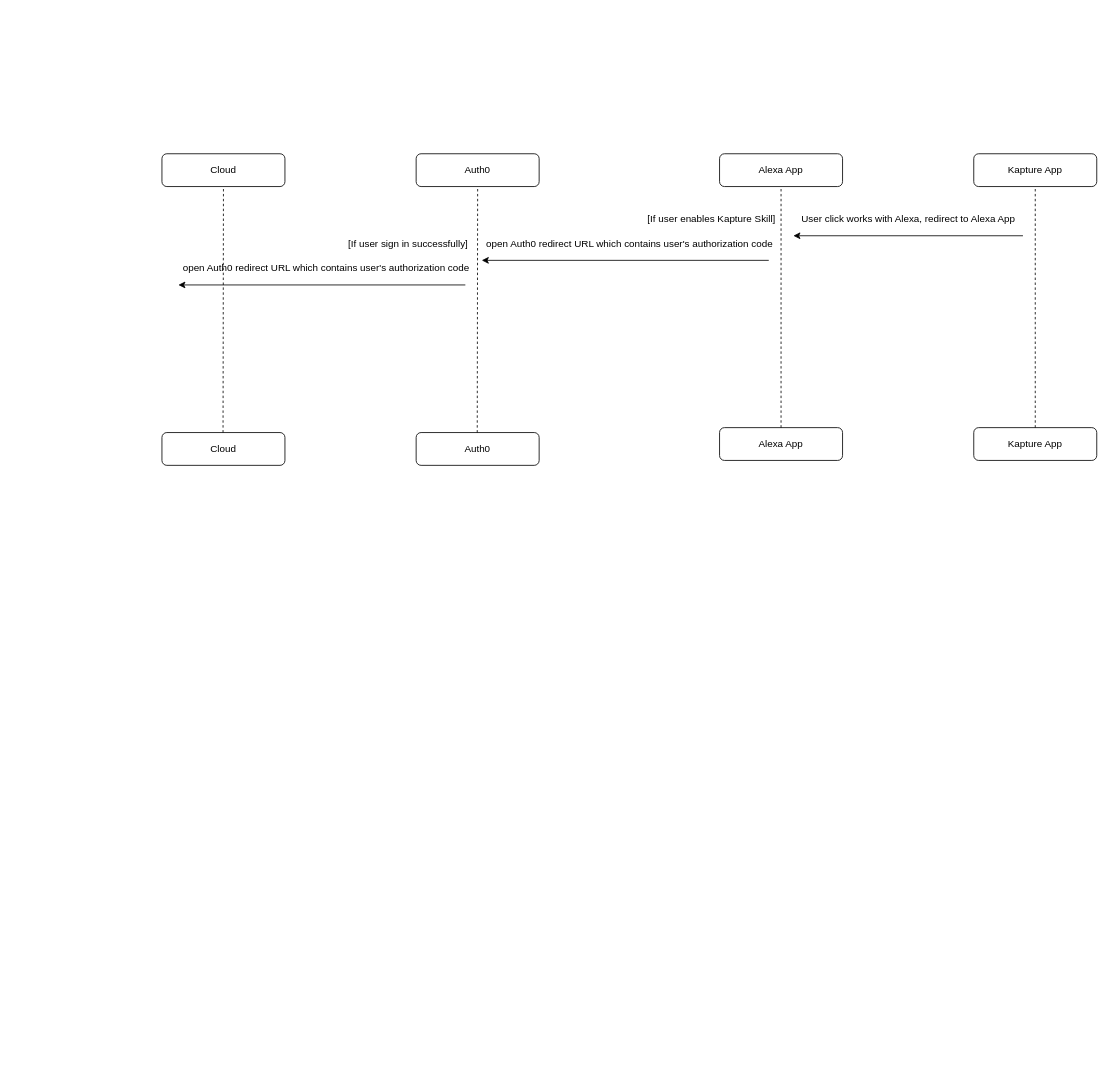
The draw.io diagram Untitled Diagram.drawio in kevin3747118/ALZK, before the edit. Source tidied: cells renumbered, new cells numbered last; positions are measured from the earlier drawing's top-left corner, leaving out a move shared by most shapes. Both pictures are drawn from the tidied source at 82%, with x=0, y=0 at pixel (162, 153).
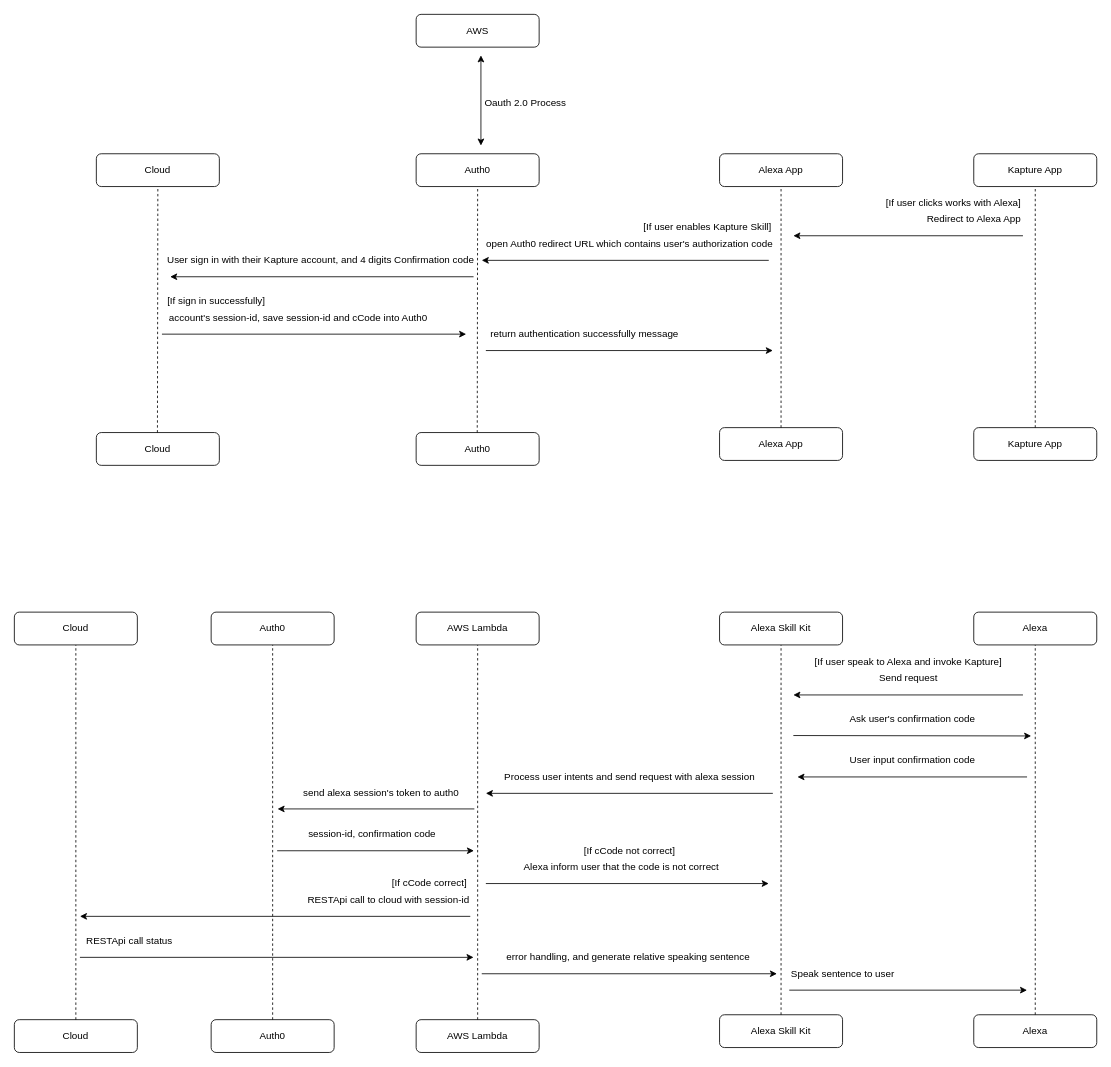
Above is the later version.

The edit, as a diff of the source:
```diff
@@
-    <mxCell id="14" value="User click works with Alexa, redirect to Alexa App" style="text;html=1;align=center;verticalAlign=middle;" parent="1" vertex="1">
-      <mxGeometry x="770" y="70" width="280" height="20" as="geometry" />
+    <mxCell id="14" value="Redirect to Alexa App" style="text;html=1;align=center;verticalAlign=middle;" parent="1" vertex="1">
+      <mxGeometry x="925" y="70" width="130" height="20" as="geometry" />
     </mxCell>
     <mxCell id="15" value="Cloud" style="rounded=1;whiteSpace=wrap;html=1;" parent="1" vertex="1">
-      <mxGeometry width="150" height="40" as="geometry" />
+      <mxGeometry x="-80" width="150" height="40" as="geometry" />
     </mxCell>
     <mxCell id="16" value="Cloud" style="rounded=1;whiteSpace=wrap;html=1;" parent="1" vertex="1">
-      <mxGeometry y="340" width="150" height="40" as="geometry" />
+      <mxGeometry x="-80" y="340" width="150" height="40" as="geometry" />
     </mxCell>
     <mxCell id="17" style="endArrow=none;dashed=1;html=1;exitX=0.5;exitY=0;exitDx=0;exitDy=0;" parent="1" edge="1">
       <mxGeometry relative="1" as="geometry">
-        <mxPoint x="74.5" y="340" as="sourcePoint" />
-        <mxPoint x="75" y="40" as="targetPoint" />
+        <mxPoint x="-5.5" y="340" as="sourcePoint" />
+        <mxPoint x="-5" y="40" as="targetPoint" />
       </mxGeometry>
     </mxCell>
     <mxCell id="18" value="[If user enables Kapture Skill]" style="text;html=1;align=center;verticalAlign=middle;" parent="1" vertex="1">
-      <mxGeometry x="585" y="70" width="170" height="20" as="geometry" />
+      <mxGeometry x="580" y="80" width="170" height="20" as="geometry" />
     </mxCell>
     <mxCell id="19" style="endArrow=classic;html=1;" parent="1" edge="1">
       <mxGeometry relative="1" as="geometry">
-        <mxPoint x="370" y="160" as="sourcePoint" />
-        <mxPoint x="20" y="160" as="targetPoint" />
+        <mxPoint x="380" y="150" as="sourcePoint" />
+        <mxPoint x="10" y="150" as="targetPoint" />
       </mxGeometry>
     </mxCell>
-    <mxCell id="20" value="open Auth0 redirect URL which contains user's authorization code" style="text;html=1;align=center;verticalAlign=middle;" parent="1" vertex="1">
-      <mxGeometry x="20" y="130" width="360" height="20" as="geometry" />
-    </mxCell>
-    <mxCell id="21" value="[If user sign in successfully]" style="text;html=1;align=center;verticalAlign=middle;" parent="1" vertex="1">
-      <mxGeometry x="220" y="100" width="160" height="20" as="geometry" />
+    <mxCell id="21" value="User sign in with their Kapture account, and 4 digits Confirmation code&amp;nbsp;" style="text;html=1;align=center;verticalAlign=middle;" parent="1" vertex="1">
+      <mxGeometry y="120" width="390" height="20" as="geometry" />
     </mxCell>
+    <mxCell id="22" style="endArrow=classic;html=1;" parent="1" edge="1">
+      <mxGeometry relative="1" as="geometry">
+        <mxPoint y="220" as="sourcePoint" />
+        <mxPoint x="371" y="220" as="targetPoint" />
+      </mxGeometry>
+    </mxCell>
+    <mxCell id="23" value="account's session-id, save session-id and cCode into Auth0" style="text;html=1;align=center;verticalAlign=middle;" parent="1" vertex="1">
+      <mxGeometry x="1" y="190" width="330" height="20" as="geometry" />
+    </mxCell>
+    <mxCell id="24" style="endArrow=classic;html=1;" parent="1" edge="1">
+      <mxGeometry relative="1" as="geometry">
+        <mxPoint x="395" y="240" as="sourcePoint" />
+        <mxPoint x="745" y="240" as="targetPoint" />
+      </mxGeometry>
+    </mxCell>
+    <mxCell id="25" value="return authentication successfully message" style="text;html=1;align=center;verticalAlign=middle;" parent="1" vertex="1">
+      <mxGeometry x="395" y="210" width="240" height="20" as="geometry" />
+    </mxCell>
+    <mxCell id="26" value="Alexa Skill Kit" style="rounded=1;whiteSpace=wrap;html=1;" parent="1" vertex="1">
+      <mxGeometry x="680" y="559" width="150" height="40" as="geometry" />
+    </mxCell>
+    <mxCell id="27" value="AWS Lambda" style="rounded=1;whiteSpace=wrap;html=1;" parent="1" vertex="1">
+      <mxGeometry x="310" y="559" width="150" height="40" as="geometry" />
+    </mxCell>
+    <mxCell id="28" style="endArrow=classic;html=1;" parent="1" edge="1">
+      <mxGeometry relative="1" as="geometry">
+        <mxPoint x="745" y="780" as="sourcePoint" />
+        <mxPoint x="395" y="780" as="targetPoint" />
+      </mxGeometry>
+    </mxCell>
+    <mxCell id="29" value="AWS Lambda" style="rounded=1;whiteSpace=wrap;html=1;" parent="1" vertex="1">
+      <mxGeometry x="310" y="1056" width="150" height="40" as="geometry" />
+    </mxCell>
+    <mxCell id="30" value="Alexa Skill Kit" style="rounded=1;whiteSpace=wrap;html=1;" parent="1" vertex="1">
+      <mxGeometry x="680" y="1050" width="150" height="40" as="geometry" />
+    </mxCell>
+    <mxCell id="31" style="endArrow=none;dashed=1;html=1;entryX=0.5;entryY=1;entryDx=0;entryDy=0;exitX=0.5;exitY=0;exitDx=0;exitDy=0;" parent="1" edge="1" source="30" target="26">
+      <mxGeometry relative="1" as="geometry" />
+    </mxCell>
+    <mxCell id="32" style="endArrow=none;dashed=1;html=1;exitX=0.5;exitY=0;exitDx=0;exitDy=0;" parent="1" edge="1" source="29">
+      <mxGeometry relative="1" as="geometry">
+        <mxPoint x="385" y="599" as="targetPoint" />
+      </mxGeometry>
+    </mxCell>
+    <mxCell id="33" value="Process user intents and send request with alexa session" style="text;html=1;align=center;verticalAlign=middle;" parent="1" vertex="1">
+      <mxGeometry x="410" y="750" width="320" height="20" as="geometry" />
+    </mxCell>
+    <mxCell id="34" value="Alexa" style="rounded=1;whiteSpace=wrap;html=1;" parent="1" vertex="1">
+      <mxGeometry x="990" y="559" width="150" height="40" as="geometry" />
+    </mxCell>
+    <mxCell id="35" value="Alexa" style="rounded=1;whiteSpace=wrap;html=1;" parent="1" vertex="1">
+      <mxGeometry x="990" y="1050" width="150" height="40" as="geometry" />
+    </mxCell>
+    <mxCell id="36" style="endArrow=none;dashed=1;html=1;entryX=0.5;entryY=1;entryDx=0;entryDy=0;exitX=0.5;exitY=0;exitDx=0;exitDy=0;" parent="1" edge="1" source="35" target="34">
+      <mxGeometry relative="1" as="geometry" />
+    </mxCell>
+    <mxCell id="37" style="endArrow=classic;html=1;" parent="1" edge="1">
+      <mxGeometry relative="1" as="geometry">
+        <mxPoint x="1050" y="660" as="sourcePoint" />
+        <mxPoint x="770" y="660" as="targetPoint" />
+      </mxGeometry>
+    </mxCell>
+    <mxCell id="38" value="Send request" style="text;html=1;align=center;verticalAlign=middle;" parent="1" vertex="1">
+      <mxGeometry x="865" y="630" width="90" height="20" as="geometry" />
+    </mxCell>
+    <mxCell id="39" value="Cloud" style="rounded=1;whiteSpace=wrap;html=1;" parent="1" vertex="1">
+      <mxGeometry x="-180" y="559" width="150" height="40" as="geometry" />
+    </mxCell>
+    <mxCell id="40" value="Cloud" style="rounded=1;whiteSpace=wrap;html=1;" parent="1" vertex="1">
+      <mxGeometry x="-180" y="1056" width="150" height="40" as="geometry" />
+    </mxCell>
+    <mxCell id="41" style="endArrow=none;dashed=1;html=1;exitX=0.5;exitY=0;exitDx=0;exitDy=0;" parent="1" edge="1" source="40">
+      <mxGeometry relative="1" as="geometry">
+        <mxPoint x="-105" y="599" as="targetPoint" />
+      </mxGeometry>
+    </mxCell>
+    <mxCell id="42" value="[If user speak to Alexa and invoke Kapture]" style="text;html=1;align=center;verticalAlign=middle;" parent="1" vertex="1">
+      <mxGeometry x="790" y="610" width="240" height="20" as="geometry" />
+    </mxCell>
+    <mxCell id="43" style="endArrow=classic;html=1;" parent="1" edge="1">
+      <mxGeometry relative="1" as="geometry">
+        <mxPoint x="381" y="799" as="sourcePoint" />
+        <mxPoint x="141" y="799" as="targetPoint" />
+      </mxGeometry>
+    </mxCell>
+    <mxCell id="44" style="endArrow=classic;html=1;" parent="1" edge="1">
+      <mxGeometry relative="1" as="geometry">
+        <mxPoint x="395" y="890" as="sourcePoint" />
+        <mxPoint x="740" y="890" as="targetPoint" />
+      </mxGeometry>
+    </mxCell>
+    <mxCell id="45" value="Alexa inform user that the code is not correct" style="text;html=1;align=center;verticalAlign=middle;" parent="1" vertex="1">
+      <mxGeometry x="435" y="860" width="250" height="20" as="geometry" />
+    </mxCell>
+    <mxCell id="46" style="endArrow=classic;html=1;" parent="1" edge="1">
+      <mxGeometry relative="1" as="geometry">
+        <mxPoint x="140.5" y="850" as="sourcePoint" />
+        <mxPoint x="380.5" y="850" as="targetPoint" />
+      </mxGeometry>
+    </mxCell>
+    <mxCell id="47" value="session-id, confirmation code" style="text;html=1;align=center;verticalAlign=middle;" parent="1" vertex="1">
+      <mxGeometry x="171" y="820" width="170" height="20" as="geometry" />
+    </mxCell>
+    <mxCell id="48" value="Auth0" style="rounded=1;whiteSpace=wrap;html=1;" parent="1" vertex="1">
+      <mxGeometry x="60" y="559" width="150" height="40" as="geometry" />
+    </mxCell>
+    <mxCell id="49" value="Auth0" style="rounded=1;whiteSpace=wrap;html=1;" parent="1" vertex="1">
+      <mxGeometry x="60" y="1056" width="150" height="40" as="geometry" />
+    </mxCell>
+    <mxCell id="50" style="endArrow=none;dashed=1;html=1;exitX=0.5;exitY=0;exitDx=0;exitDy=0;" parent="1" edge="1" source="49">
+      <mxGeometry relative="1" as="geometry">
+        <mxPoint x="135" y="599" as="targetPoint" />
+      </mxGeometry>
+    </mxCell>
+    <mxCell id="51" value="send alexa session's token to auth0" style="text;html=1;align=center;verticalAlign=middle;" parent="1" vertex="1">
+      <mxGeometry x="162" y="770" width="210" height="20" as="geometry" />
+    </mxCell>
+    <mxCell id="52" style="endArrow=classic;html=1;" parent="1" edge="1">
+      <mxGeometry relative="1" as="geometry">
+        <mxPoint x="770" y="709.5" as="sourcePoint" />
+        <mxPoint x="1060" y="710" as="targetPoint" />
+      </mxGeometry>
+    </mxCell>
+    <mxCell id="53" value="Ask user's confirmation code" style="text;html=1;align=center;verticalAlign=middle;" parent="1" vertex="1">
+      <mxGeometry x="830" y="680" width="170" height="20" as="geometry" />
+    </mxCell>
+    <mxCell id="54" style="endArrow=classic;html=1;" parent="1" edge="1">
+      <mxGeometry relative="1" as="geometry">
+        <mxPoint x="1055" y="760" as="sourcePoint" />
+        <mxPoint x="775" y="760" as="targetPoint" />
+      </mxGeometry>
+    </mxCell>
+    <mxCell id="55" value="User input confirmation code" style="text;html=1;align=center;verticalAlign=middle;" parent="1" vertex="1">
+      <mxGeometry x="830" y="730" width="170" height="20" as="geometry" />
+    </mxCell>
+    <mxCell id="56" value="[If cCode not correct]" style="text;html=1;align=center;verticalAlign=middle;" parent="1" vertex="1">
+      <mxGeometry x="505" y="840" width="130" height="20" as="geometry" />
+    </mxCell>
+    <mxCell id="57" style="endArrow=classic;html=1;" parent="1" edge="1">
+      <mxGeometry relative="1" as="geometry">
+        <mxPoint x="376" y="930" as="sourcePoint" />
+        <mxPoint x="-100" y="930" as="targetPoint" />
+      </mxGeometry>
+    </mxCell>
+    <mxCell id="58" value="[If cCode correct]" style="text;html=1;align=center;verticalAlign=middle;" parent="1" vertex="1">
+      <mxGeometry x="271" y="880" width="110" height="20" as="geometry" />
+    </mxCell>
+    <mxCell id="59" value="RESTApi call to cloud with session-id" style="text;html=1;align=center;verticalAlign=middle;" parent="1" vertex="1">
+      <mxGeometry x="171" y="900" width="210" height="20" as="geometry" />
+    </mxCell>
+    <mxCell id="60" style="endArrow=classic;html=1;" parent="1" edge="1">
+      <mxGeometry relative="1" as="geometry">
+        <mxPoint x="-100" y="980" as="sourcePoint" />
+        <mxPoint x="380" y="980" as="targetPoint" />
+      </mxGeometry>
+    </mxCell>
+    <mxCell id="61" value="RESTApi call status" style="text;html=1;align=center;verticalAlign=middle;" parent="1" vertex="1">
+      <mxGeometry x="-100" y="950" width="120" height="20" as="geometry" />
+    </mxCell>
+    <mxCell id="62" style="endArrow=classic;html=1;" parent="1" edge="1">
+      <mxGeometry relative="1" as="geometry">
+        <mxPoint x="390" y="1000" as="sourcePoint" />
+        <mxPoint x="750" y="1000" as="targetPoint" />
+      </mxGeometry>
+    </mxCell>
+    <mxCell id="63" value="error handling, and generate relative speaking sentence&amp;nbsp;" style="text;html=1;align=center;verticalAlign=middle;" parent="1" vertex="1">
+      <mxGeometry x="410" y="970" width="320" height="20" as="geometry" />
+    </mxCell>
+    <mxCell id="64" style="endArrow=classic;html=1;" parent="1" edge="1">
+      <mxGeometry relative="1" as="geometry">
+        <mxPoint x="765" y="1020" as="sourcePoint" />
+        <mxPoint x="1055" y="1020" as="targetPoint" />
+      </mxGeometry>
+    </mxCell>
+    <mxCell id="65" value="Speak sentence to user" style="text;html=1;align=center;verticalAlign=middle;" parent="1" vertex="1">
+      <mxGeometry x="760" y="990" width="140" height="20" as="geometry" />
+    </mxCell>
+    <mxCell id="66" value="[If user clicks works with Alexa]" style="text;html=1;align=center;verticalAlign=middle;" parent="1" vertex="1">
+      <mxGeometry x="875" y="50" width="180" height="20" as="geometry" />
+    </mxCell>
+    <mxCell id="67" value="AWS" style="rounded=1;whiteSpace=wrap;html=1;" parent="1" vertex="1">
+      <mxGeometry x="310" y="-170" width="150" height="40" as="geometry" />
+    </mxCell>
+    <mxCell id="68" style="endArrow=classic;startArrow=classic;html=1;" parent="1" edge="1">
+      <mxGeometry relative="1" as="geometry">
+        <mxPoint x="389" y="-10" as="sourcePoint" />
+        <mxPoint x="389" y="-120" as="targetPoint" />
+      </mxGeometry>
+    </mxCell>
+    <mxCell id="69" value="Oauth 2.0 Process" style="text;html=1;align=center;verticalAlign=middle;" parent="1" vertex="1">
+      <mxGeometry x="388" y="-72" width="110" height="20" as="geometry" />
+    </mxCell>
+    <mxCell id="70" value="[If sign in successfully]" style="text;html=1;align=center;verticalAlign=middle;" parent="1" vertex="1">
+      <mxGeometry x="1" y="170" width="130" height="20" as="geometry" />
+    </mxCell>
```
